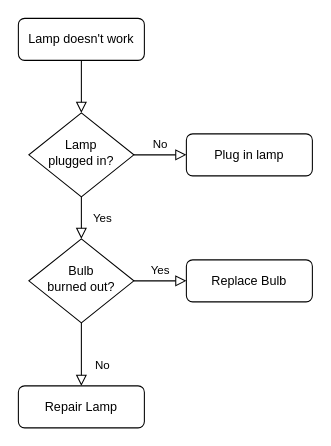
This is 运维平台发布逻辑梳理.drawio from JeffXue/diagrams, a draw.io file, before an edit. Source tidied: cells renumbered, new cells numbered last; positions are measured from the earlier drawing's top-left corner, leaving out a move shared by most shapes. Both pictures are drawn from the tidied source at 105%, with x=0, y=0 at pixel (18, 18).
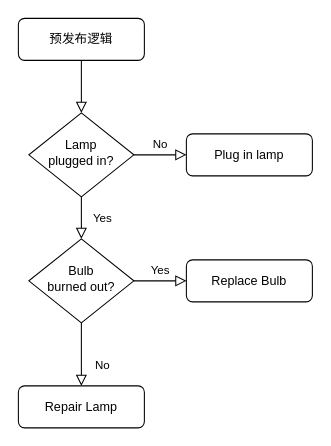
The same diagram, later.

Commit message (it also covers changes not shown here):
更新运维平台发布逻辑梳理.drawio

Change to the diagram source:
```diff
@@
 <mxGraphModel>
   <root>
     <mxCell id="0" />
     <mxCell id="1" parent="0" />
     <mxCell id="2" style="rounded=0;html=1;jettySize=auto;fontSize=11;endArrow=block;endFill=0;endSize=8;strokeWidth=1;shadow=0;labelBackgroundColor=none;edgeStyle=orthogonalEdgeStyle;" parent="1" edge="1" source="3" target="6">
       <mxGeometry relative="1" as="geometry" />
     </mxCell>
-    <mxCell id="3" value="Lamp doesn't work" style="rounded=1;whiteSpace=wrap;html=1;fontSize=12;glass=0;strokeWidth=1;shadow=0;" parent="1" vertex="1">
+    <mxCell id="3" value="预发布逻辑" style="rounded=1;whiteSpace=wrap;html=1;fontSize=12;glass=0;strokeWidth=1;shadow=0;" parent="1" vertex="1">
       <mxGeometry width="120" height="40" as="geometry" />
     </mxCell>
     <mxCell id="4" value="Yes" style="rounded=0;html=1;jettySize=auto;fontSize=11;endArrow=block;endFill=0;endSize=8;strokeWidth=1;shadow=0;labelBackgroundColor=none;edgeStyle=orthogonalEdgeStyle;" parent="1" edge="1" source="6" target="10">
       <mxGeometry y="20" relative="1" as="geometry" />
     </mxCell>
     <mxCell id="5" value="No" style="edgeStyle=orthogonalEdgeStyle;rounded=0;html=1;jettySize=auto;fontSize=11;endArrow=block;endFill=0;endSize=8;strokeWidth=1;shadow=0;labelBackgroundColor=none;" parent="1" edge="1" source="6" target="7">
       <mxGeometry y="10" relative="1" as="geometry" />
     </mxCell>
     <mxCell id="6" value="Lamp&lt;br&gt;plugged in?" style="rhombus;whiteSpace=wrap;html=1;shadow=0;fontFamily=Helvetica;fontSize=12;align=center;strokeWidth=1;spacing=6;spacingTop=-4;" parent="1" vertex="1">
       <mxGeometry x="10" y="90" width="100" height="80" as="geometry" />
     </mxCell>
     <mxCell id="7" value="Plug in lamp" style="rounded=1;whiteSpace=wrap;html=1;fontSize=12;glass=0;strokeWidth=1;shadow=0;" parent="1" vertex="1">
       <mxGeometry x="160" y="110" width="120" height="40" as="geometry" />
     </mxCell>
     <mxCell id="8" value="No" style="rounded=0;html=1;jettySize=auto;fontSize=11;endArrow=block;endFill=0;endSize=8;strokeWidth=1;shadow=0;labelBackgroundColor=none;edgeStyle=orthogonalEdgeStyle;" parent="1" edge="1" source="10" target="11">
       <mxGeometry x="0.33" y="20" relative="1" as="geometry" />
     </mxCell>
     <mxCell id="9" value="Yes" style="edgeStyle=orthogonalEdgeStyle;rounded=0;html=1;jettySize=auto;fontSize=11;endArrow=block;endFill=0;endSize=8;strokeWidth=1;shadow=0;labelBackgroundColor=none;" parent="1" edge="1" source="10" target="12">
       <mxGeometry y="10" relative="1" as="geometry" />
     </mxCell>
     <mxCell id="10" value="Bulb&lt;br&gt;burned out?" style="rhombus;whiteSpace=wrap;html=1;shadow=0;fontFamily=Helvetica;fontSize=12;align=center;strokeWidth=1;spacing=6;spacingTop=-4;" parent="1" vertex="1">
       <mxGeometry x="10" y="210" width="100" height="80" as="geometry" />
     </mxCell>
     <mxCell id="11" value="Repair Lamp" style="rounded=1;whiteSpace=wrap;html=1;fontSize=12;glass=0;strokeWidth=1;shadow=0;" parent="1" vertex="1">
       <mxGeometry y="350" width="120" height="40" as="geometry" />
     </mxCell>
     <mxCell id="12" value="Replace Bulb" style="rounded=1;whiteSpace=wrap;html=1;fontSize=12;glass=0;strokeWidth=1;shadow=0;" parent="1" vertex="1">
       <mxGeometry x="160" y="230" width="120" height="40" as="geometry" />
     </mxCell>
   </root>
 </mxGraphModel>
```
